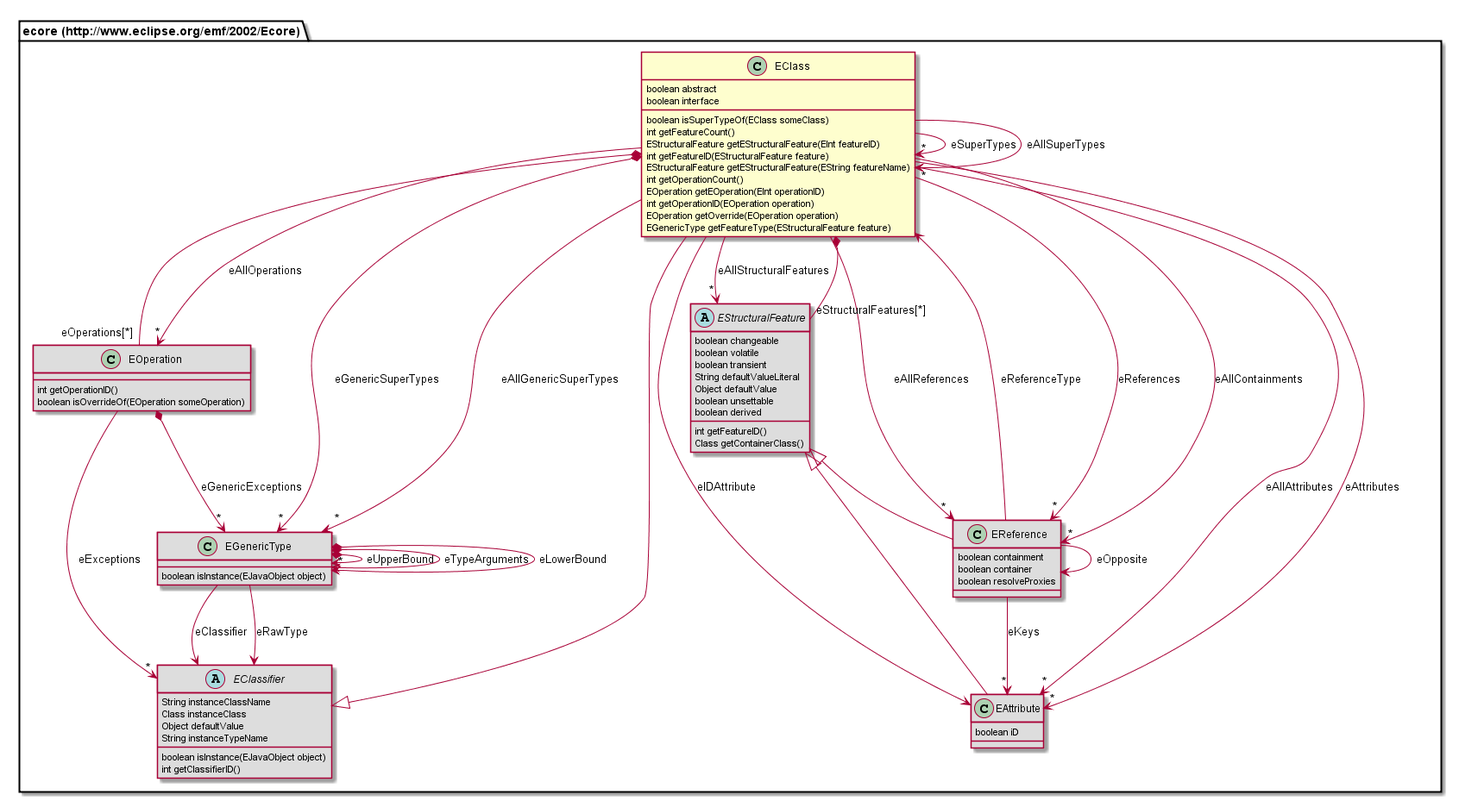
The PlantUML diagram org.nasdanika.codegen.editor/doc/model/687474703a2f2f7777772e65636c697073652e6f72672f656d662f323030322f45636f7265/EClass.png in Nasdanika/codegen, before a commit.
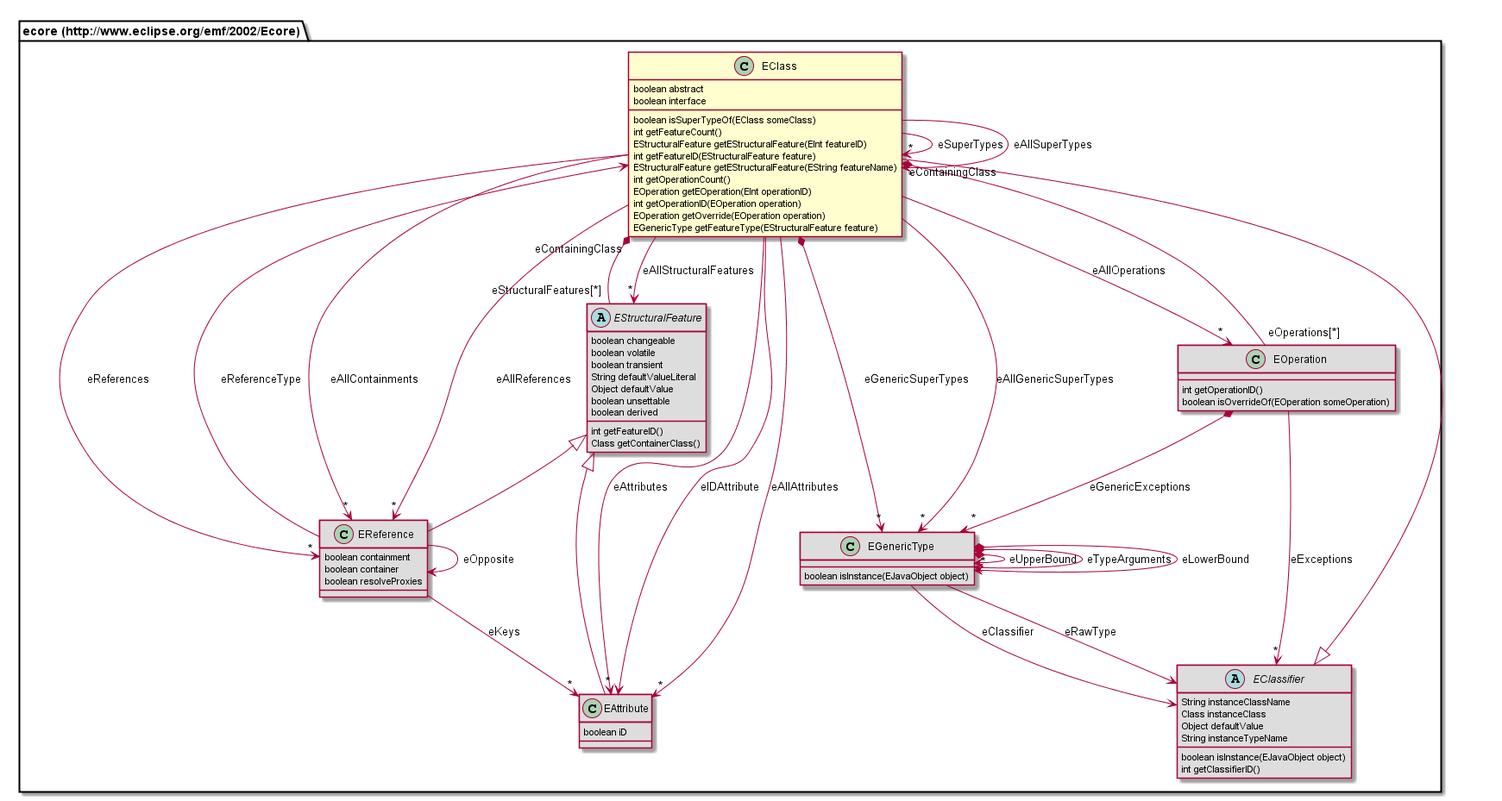
After the change.

Change to the diagram source:
```diff
@@ -1,5 +1,5 @@
 @startuml
-class "ecore (http://www.eclipse.org/emf/2002/Ecore).EClass" {
+class "ecore (http://www.eclipse.org/emf/2002/Ecore).EClass" [[EClass.html]] {
 	boolean abstract
 	boolean interface
 	boolean isSuperTypeOf(EClass someClass)
@@ -13,7 +13,11 @@
 	EOperation getOverride(EOperation operation)
 	EGenericType getFeatureType(EStructuralFeature feature)
 }
-abstract class "ecore (http://www.eclipse.org/emf/2002/Ecore).EStructuralFeature" #DDDDDD {
+class "ecore (http://www.eclipse.org/emf/2002/Ecore).EOperation" [[EOperation.html]] #DDDDDD {
+	int getOperationID()
+	boolean isOverrideOf(EOperation someOperation)
+}
+abstract class "ecore (http://www.eclipse.org/emf/2002/Ecore).EStructuralFeature" [[EStructuralFeature.html]] #DDDDDD {
 	boolean changeable
 	boolean volatile
 	boolean transient
@@ -24,7 +28,7 @@
 	int getFeatureID()
 	Class getContainerClass()
 }
-abstract class "ecore (http://www.eclipse.org/emf/2002/Ecore).EClassifier" #DDDDDD {
+abstract class "ecore (http://www.eclipse.org/emf/2002/Ecore).EClassifier" [[EClassifier.html]] #DDDDDD {
 	String instanceClassName
 	Class instanceClass
 	Object defaultValue
@@ -32,26 +36,25 @@
 	boolean isInstance(EJavaObject object)
 	int getClassifierID()
 }
-class "ecore (http://www.eclipse.org/emf/2002/Ecore).EOperation" #DDDDDD {
-	int getOperationID()
-	boolean isOverrideOf(EOperation someOperation)
+class "ecore (http://www.eclipse.org/emf/2002/Ecore).EAttribute" [[EAttribute.html]] #DDDDDD {
+	boolean iD
 }
-class "ecore (http://www.eclipse.org/emf/2002/Ecore).EReference" #DDDDDD {
+class "ecore (http://www.eclipse.org/emf/2002/Ecore).EReference" [[EReference.html]] #DDDDDD {
 	boolean containment
 	boolean container
 	boolean resolveProxies
 }
-class "ecore (http://www.eclipse.org/emf/2002/Ecore).EGenericType" #DDDDDD {
+class "ecore (http://www.eclipse.org/emf/2002/Ecore).EGenericType" [[EGenericType.html]] #DDDDDD {
 	boolean isInstance(EJavaObject object)
 }
-class "ecore (http://www.eclipse.org/emf/2002/Ecore).EAttribute" #DDDDDD {
-	boolean iD
-}
 "ecore (http://www.eclipse.org/emf/2002/Ecore).EClassifier" <|-- "ecore (http://www.eclipse.org/emf/2002/Ecore).EClass"
+"ecore (http://www.eclipse.org/emf/2002/Ecore).EStructuralFeature" <|-- "ecore (http://www.eclipse.org/emf/2002/Ecore).EAttribute"
 "ecore (http://www.eclipse.org/emf/2002/Ecore).EStructuralFeature" <|-- "ecore (http://www.eclipse.org/emf/2002/Ecore).EReference"
-"ecore (http://www.eclipse.org/emf/2002/Ecore).EStructuralFeature" <|-- "ecore (http://www.eclipse.org/emf/2002/Ecore).EAttribute"
+"ecore (http://www.eclipse.org/emf/2002/Ecore).EOperation" "eOperations[*]" --* "eContainingClass" "ecore (http://www.eclipse.org/emf/2002/Ecore).EClass"
+"ecore (http://www.eclipse.org/emf/2002/Ecore).EOperation" --> "*" "ecore (http://www.eclipse.org/emf/2002/Ecore).EClassifier" : eExceptions
+"ecore (http://www.eclipse.org/emf/2002/Ecore).EOperation" *--> "*" "ecore (http://www.eclipse.org/emf/2002/Ecore).EGenericType" : eGenericExceptions
+"ecore (http://www.eclipse.org/emf/2002/Ecore).EStructuralFeature" "eStructuralFeatures[*]" --* "eContainingClass" "ecore (http://www.eclipse.org/emf/2002/Ecore).EClass"
 "ecore (http://www.eclipse.org/emf/2002/Ecore).EClass" --> "*" "ecore (http://www.eclipse.org/emf/2002/Ecore).EClass" : eSuperTypes
-"ecore (http://www.eclipse.org/emf/2002/Ecore).EClass" *-- "eOperations[*]" "ecore (http://www.eclipse.org/emf/2002/Ecore).EOperation"
 "ecore (http://www.eclipse.org/emf/2002/Ecore).EClass" --> "*" "ecore (http://www.eclipse.org/emf/2002/Ecore).EAttribute" : eAllAttributes
 "ecore (http://www.eclipse.org/emf/2002/Ecore).EClass" --> "*" "ecore (http://www.eclipse.org/emf/2002/Ecore).EReference" : eAllReferences
 "ecore (http://www.eclipse.org/emf/2002/Ecore).EClass" --> "*" "ecore (http://www.eclipse.org/emf/2002/Ecore).EReference" : eReferences
@@ -61,11 +64,8 @@
 "ecore (http://www.eclipse.org/emf/2002/Ecore).EClass" --> "*" "ecore (http://www.eclipse.org/emf/2002/Ecore).EStructuralFeature" : eAllStructuralFeatures
 "ecore (http://www.eclipse.org/emf/2002/Ecore).EClass" --> "*" "ecore (http://www.eclipse.org/emf/2002/Ecore).EClass" : eAllSuperTypes
 "ecore (http://www.eclipse.org/emf/2002/Ecore).EClass" --> "ecore (http://www.eclipse.org/emf/2002/Ecore).EAttribute" : eIDAttribute
-"ecore (http://www.eclipse.org/emf/2002/Ecore).EClass" *-- "eStructuralFeatures[*]" "ecore (http://www.eclipse.org/emf/2002/Ecore).EStructuralFeature"
 "ecore (http://www.eclipse.org/emf/2002/Ecore).EClass" *--> "*" "ecore (http://www.eclipse.org/emf/2002/Ecore).EGenericType" : eGenericSuperTypes
 "ecore (http://www.eclipse.org/emf/2002/Ecore).EClass" --> "*" "ecore (http://www.eclipse.org/emf/2002/Ecore).EGenericType" : eAllGenericSuperTypes
-"ecore (http://www.eclipse.org/emf/2002/Ecore).EOperation" --> "*" "ecore (http://www.eclipse.org/emf/2002/Ecore).EClassifier" : eExceptions
-"ecore (http://www.eclipse.org/emf/2002/Ecore).EOperation" *--> "*" "ecore (http://www.eclipse.org/emf/2002/Ecore).EGenericType" : eGenericExceptions
 "ecore (http://www.eclipse.org/emf/2002/Ecore).EReference" --> "ecore (http://www.eclipse.org/emf/2002/Ecore).EReference" : eOpposite
 "ecore (http://www.eclipse.org/emf/2002/Ecore).EReference" --> "ecore (http://www.eclipse.org/emf/2002/Ecore).EClass" : eReferenceType
 "ecore (http://www.eclipse.org/emf/2002/Ecore).EReference" --> "*" "ecore (http://www.eclipse.org/emf/2002/Ecore).EAttribute" : eKeys
```
